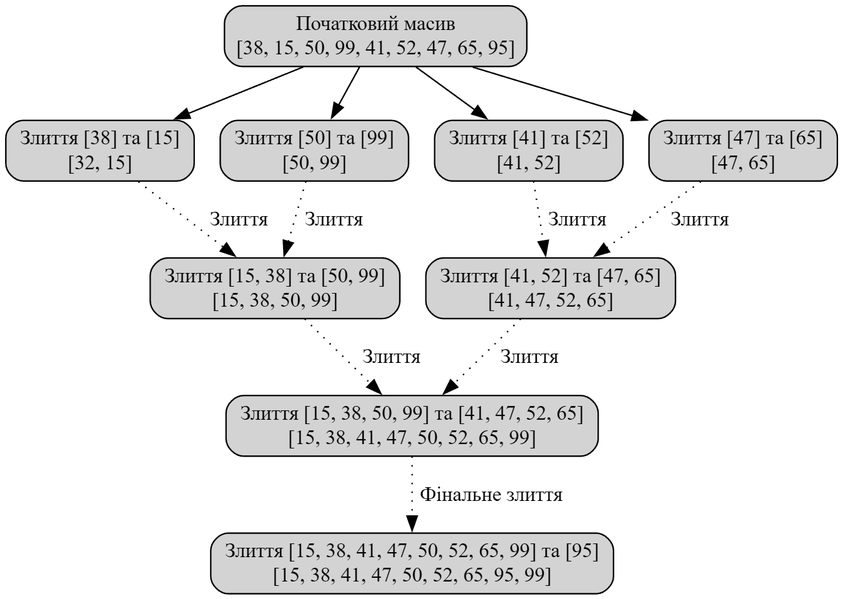
Alex482Ukr/algorithms-labs keeps this Graphviz diagram as LR2/merge_sort_iterative.png. Above is the earlier version. Its source is kept beside it as LR2/merge_sort_iterative.gv.
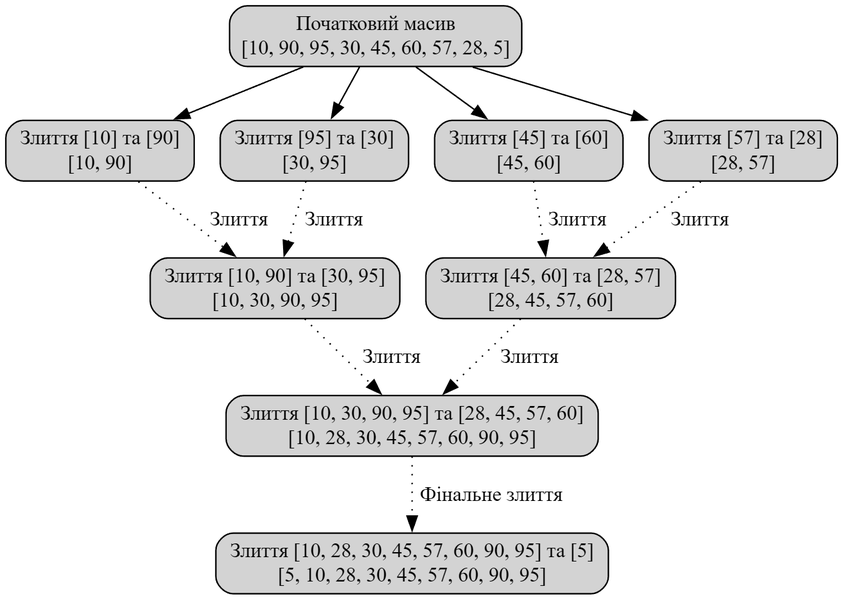
Above is the later version.

The edit, as a diff of the source:
```diff
@@ -1,19 +1,19 @@
 digraph MergeSortIterative {
     node [shape=box, style="rounded,filled"];
 
-    Start [label="Початковий масив\n[38, 15, 50, 99, 41, 52, 47, 65, 95]"];
+    Start [label="Початковий масив\n[10, 90, 95, 30, 45, 60, 57, 28, 5]"];
 
-    Merge1_1 [label="Злиття [38] та [15]\n[32, 15]"];
-    Merge1_2 [label="Злиття [50] та [99]\n[50, 99]"];
-    Merge1_3 [label="Злиття [41] та [52]\n[41, 52]"];
-    Merge1_4 [label="Злиття [47] та [65]\n[47, 65]"];
+    Merge1_1 [label="Злиття [10] та [90]\n[10, 90]"];
+    Merge1_2 [label="Злиття [95] та [30]\n[30, 95]"];
+    Merge1_3 [label="Злиття [45] та [60]\n[45, 60]"];
+    Merge1_4 [label="Злиття [57] та [28]\n[28, 57]"];
 
-    Merge2_1 [label="Злиття [15, 38] та [50, 99]\n[15, 38, 50, 99]"];
-    Merge2_2 [label="Злиття [41, 52] та [47, 65]\n[41, 47, 52, 65]"];
+    Merge2_1 [label="Злиття [10, 90] та [30, 95]\n[10, 30, 90, 95]"];
+    Merge2_2 [label="Злиття [45, 60] та [28, 57]\n[28, 45, 57, 60]"];
 
-    Merge3 [label="Злиття [15, 38, 50, 99] та [41, 47, 52, 65]\n[15, 38, 41, 47, 50, 52, 65, 99]"];
+    Merge3 [label="Злиття [10, 30, 90, 95] та [28, 45, 57, 60]\n[10, 28, 30, 45, 57, 60, 90, 95]"];
 
-    FinalMerge [label="Злиття [15, 38, 41, 47, 50, 52, 65, 99] та [95]\n[15, 38, 41, 47, 50, 52, 65, 95, 99]"];
+    FinalMerge [label="Злиття [10, 28, 30, 45, 57, 60, 90, 95] та [5]\n[5, 10, 28, 30, 45, 57, 60, 90, 95]"];
 
     Start -> Merge1_1;
     Start -> Merge1_2;
```
